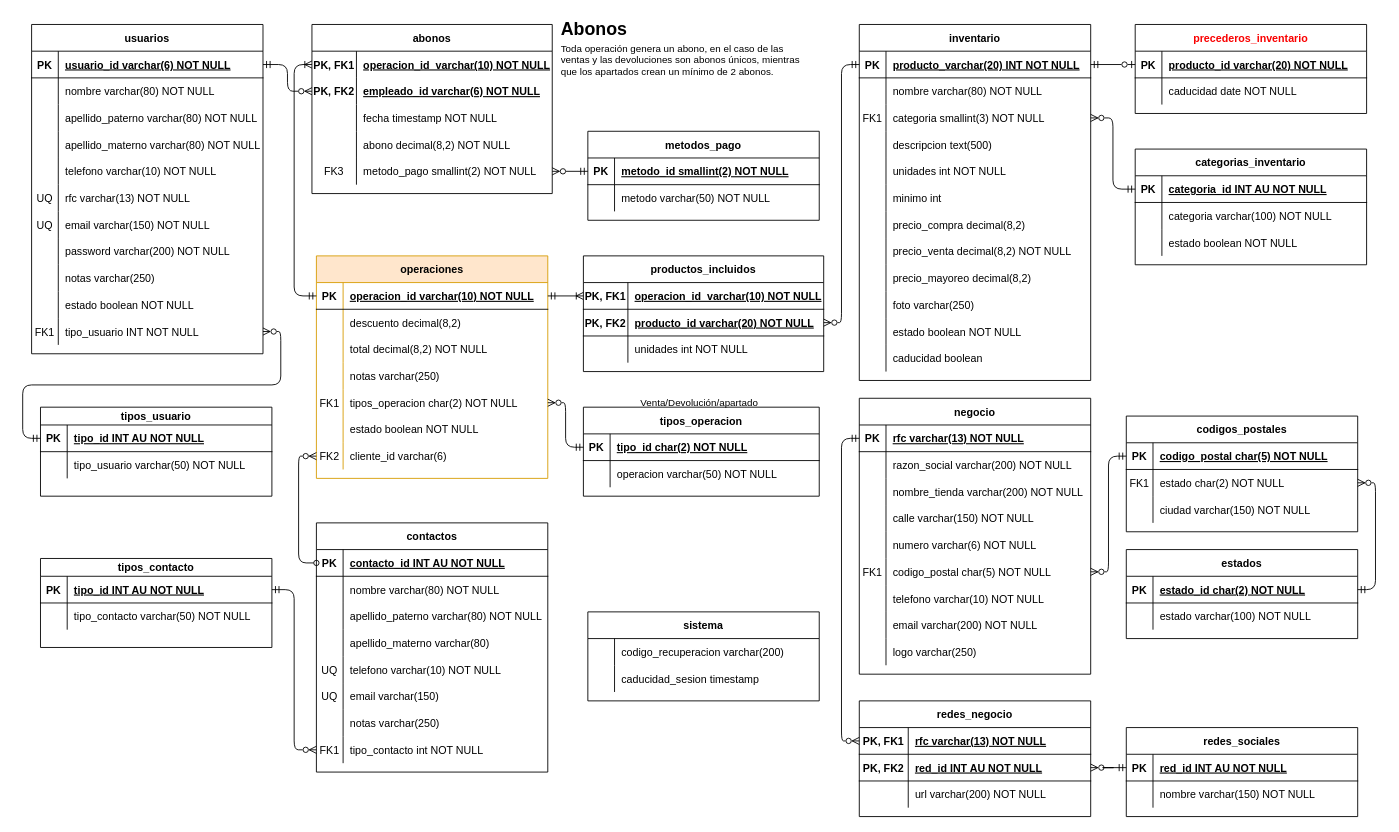
Above: base de datos/Diagrama relacional PT.drawio in KeineTM/PT-Sistema-Web-de-Control-de-Inventarios-y-Ventas (draw.io), before the change. Source tidied: cells renumbered, new cells numbered last; positions are measured from the earlier drawing's top-left corner, leaving out a move shared by most shapes. Both pictures are drawn from the tidied source at 89%, with x=0, y=0 at pixel (31, 24).
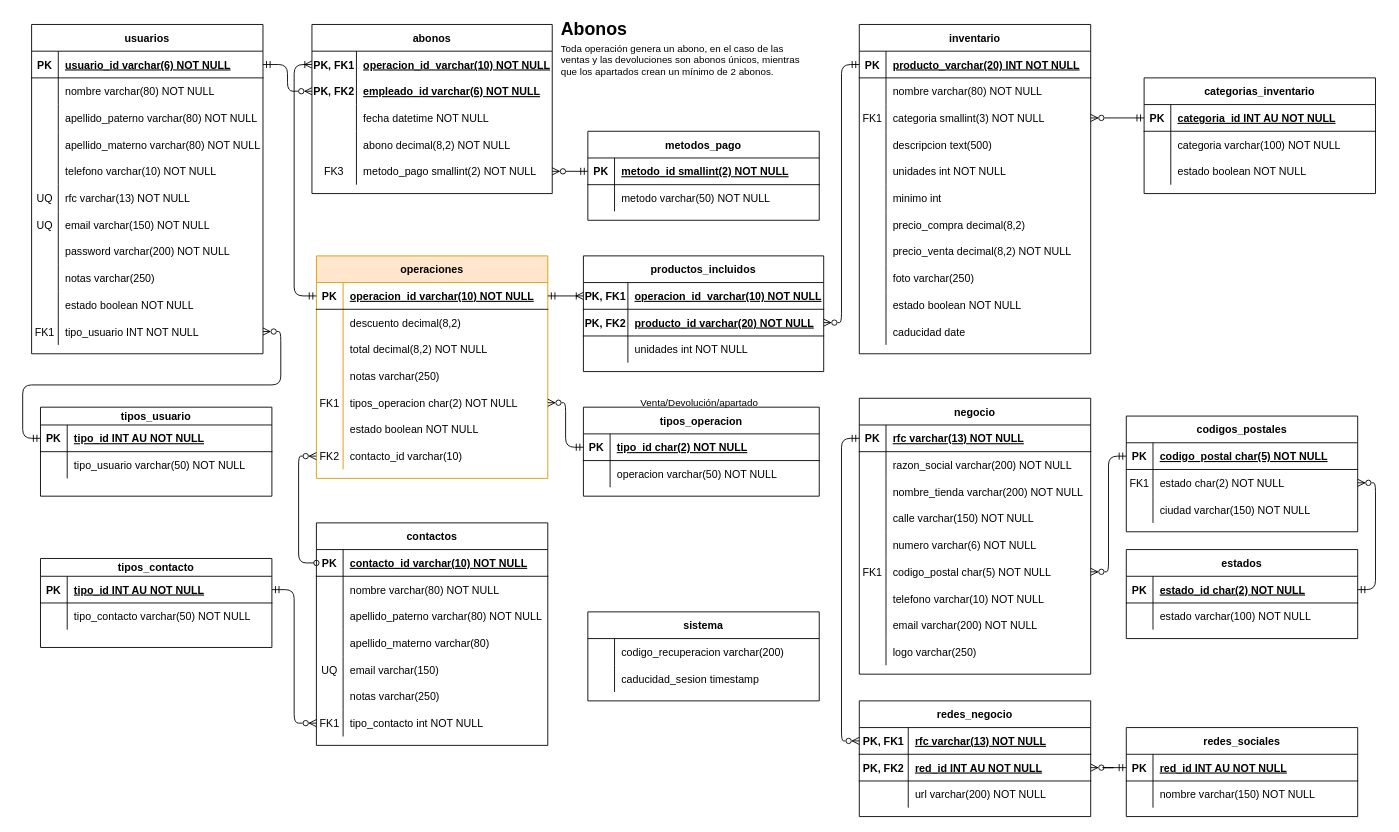
Above is the later version.

The change refers to these unchanged cells:
```xml
<mxCell id="21" style="shape=partialRectangle;fillColor=none;points=[[0,0.5],[1,0.5]];portConstraint=eastwest;top=0;left=0;right=0;bottom=0;" parent="2" vertex="1">
  <mxGeometry y="210" width="260" height="30" as="geometry" />
</mxCell>
<mxCell id="81" style="shape=partialRectangle;fillColor=none;top=0;left=0;right=0;bottom=0;" parent="74" vertex="1">
  <mxGeometry y="90" width="270" height="30" as="geometry" />
</mxCell>
<mxCell id="104" style="shape=partialRectangle;fillColor=none;points=[[0,0.5],[1,0.5]];portConstraint=eastwest;top=0;left=0;right=0;bottom=1;" parent="103" vertex="1">
  <mxGeometry y="30" width="260" height="30" as="geometry" />
</mxCell>
<mxCell id="140" style="shape=partialRectangle;fillColor=none;points=[[0,0.5],[1,0.5]];portConstraint=eastwest;top=0;left=0;right=0;bottom=1;" parent="139" vertex="1">
  <mxGeometry y="30" width="260" height="30" as="geometry" />
</mxCell>
```

Diff of the diagram source:
```diff
@@
-    <mxCell id="23" value="cliente_id varchar(6)" style="shape=partialRectangle;overflow=hidden;fillColor=none;top=0;left=0;bottom=0;right=0;align=left;spacingLeft=6;" parent="21" vertex="1">
+    <mxCell id="23" value="contacto_id varchar(10)" style="shape=partialRectangle;overflow=hidden;fillColor=none;top=0;left=0;bottom=0;right=0;align=left;spacingLeft=6;" parent="21" vertex="1">
       <mxGeometry x="30" width="230" height="30" as="geometry" />
     </mxCell>
@@
-    <mxCell id="83" value="fecha timestamp NOT NULL" style="shape=partialRectangle;overflow=hidden;fillColor=none;top=0;left=0;bottom=0;right=0;align=left;spacingLeft=6;" parent="81" vertex="1">
+    <mxCell id="83" value="fecha datetime NOT NULL" style="shape=partialRectangle;overflow=hidden;fillColor=none;top=0;left=0;bottom=0;right=0;align=left;spacingLeft=6;" parent="81" vertex="1">
       <mxGeometry x="50" width="220" height="30" as="geometry" />
     </mxCell>
@@
     <mxCell id="103" value="contactos" style="shape=table;startSize=30;childLayout=tableLayout;rowLines=0;fontStyle=1;align=center;" parent="1" vertex="1">
-      <mxGeometry x="320" y="560" width="260" height="280" as="geometry" />
+      <mxGeometry x="320" y="560" width="260" height="250" as="geometry" />
     </mxCell>
@@
-    <mxCell id="106" value="contacto_id INT AU NOT NULL " style="shape=partialRectangle;overflow=hidden;fillColor=none;top=0;left=0;bottom=0;right=0;align=left;spacingLeft=6;fontStyle=5;" parent="104" vertex="1">
+    <mxCell id="106" value="contacto_id varchar(10) NOT NULL " style="shape=partialRectangle;overflow=hidden;fillColor=none;top=0;left=0;bottom=0;right=0;align=left;spacingLeft=6;fontStyle=5;" parent="104" vertex="1">
       <mxGeometry x="30" width="230" height="30" as="geometry" />
     </mxCell>
@@
-    <mxCell id="116" style="shape=partialRectangle;fillColor=none;top=0;left=0;right=0;bottom=0;" parent="103" vertex="1">
-      <mxGeometry y="150" width="260" height="30" as="geometry" />
-    </mxCell>
-    <mxCell id="117" value="UQ" style="shape=partialRectangle;overflow=hidden;fillColor=none;top=0;left=0;bottom=0;right=0;" parent="116" vertex="1">
-      <mxGeometry width="30" height="30" as="geometry" />
-    </mxCell>
-    <mxCell id="118" value="telefono varchar(10) NOT NULL" style="shape=partialRectangle;overflow=hidden;fillColor=none;top=0;left=0;bottom=0;right=0;align=left;spacingLeft=6;" parent="116" vertex="1">
-      <mxGeometry x="30" width="230" height="30" as="geometry" />
-    </mxCell>
     <mxCell id="119" style="shape=partialRectangle;fillColor=none;top=0;left=0;right=0;bottom=0;" parent="103" vertex="1">
-      <mxGeometry y="180" width="260" height="30" as="geometry" />
+      <mxGeometry y="150" width="260" height="30" as="geometry" />
     </mxCell>
@@
     <mxCell id="122" style="shape=partialRectangle;fillColor=none;top=0;left=0;right=0;bottom=0;" parent="103" vertex="1">
-      <mxGeometry y="210" width="260" height="30" as="geometry" />
+      <mxGeometry y="180" width="260" height="30" as="geometry" />
     </mxCell>
@@
     <mxCell id="125" style="shape=partialRectangle;fillColor=none;points=[[0,0.5],[1,0.5]];portConstraint=eastwest;top=0;left=0;right=0;bottom=0;" parent="103" vertex="1">
-      <mxGeometry y="240" width="260" height="30" as="geometry" />
+      <mxGeometry y="210" width="260" height="30" as="geometry" />
     </mxCell>
@@
     <mxCell id="139" value="inventario" style="shape=table;startSize=30;childLayout=tableLayout;rowLines=0;fontStyle=1;align=center;" parent="1" vertex="1">
-      <mxGeometry x="930" width="260" height="400" as="geometry" />
+      <mxGeometry x="930" width="260" height="370" as="geometry" />
     </mxCell>
@@
-    <mxCell id="164" style="shape=partialRectangle;fillColor=none;top=0;left=0;right=0;bottom=0;fontStyle=0;" parent="139" vertex="1">
-      <mxGeometry y="270" width="260" height="30" as="geometry" />
-    </mxCell>
-    <mxCell id="165" style="shape=partialRectangle;overflow=hidden;fillColor=none;top=0;left=0;bottom=0;right=0;" parent="164" vertex="1">
-      <mxGeometry width="30" height="30" as="geometry" />
-    </mxCell>
-    <mxCell id="166" value="precio_mayoreo decimal(8,2)" style="shape=partialRectangle;overflow=hidden;fillColor=none;top=0;left=0;bottom=0;right=0;align=left;spacingLeft=6;fontStyle=0;startSize=30;" parent="164" vertex="1">
-      <mxGeometry x="30" width="230" height="30" as="geometry" />
-    </mxCell>
     <mxCell id="167" style="shape=partialRectangle;fillColor=none;top=0;left=0;right=0;bottom=0;fontStyle=0;" parent="139" vertex="1">
-      <mxGeometry y="300" width="260" height="30" as="geometry" />
+      <mxGeometry y="270" width="260" height="30" as="geometry" />
     </mxCell>
@@
     <mxCell id="170" style="shape=partialRectangle;fillColor=none;top=0;left=0;right=0;bottom=0;fontStyle=0;" parent="139" vertex="1">
-      <mxGeometry y="330" width="260" height="30" as="geometry" />
+      <mxGeometry y="300" width="260" height="30" as="geometry" />
     </mxCell>
@@
     <mxCell id="173" style="shape=partialRectangle;fillColor=none;top=0;left=0;right=0;bottom=0;fontStyle=0;" parent="139" vertex="1">
-      <mxGeometry y="360" width="260" height="30" as="geometry" />
+      <mxGeometry y="330" width="260" height="30" as="geometry" />
     </mxCell>
@@
-    <mxCell id="175" value="caducidad boolean" style="shape=partialRectangle;overflow=hidden;fillColor=none;top=0;left=0;bottom=0;right=0;align=left;spacingLeft=6;fontStyle=0;startSize=30;" parent="173" vertex="1">
+    <mxCell id="175" value="caducidad date" style="shape=partialRectangle;overflow=hidden;fillColor=none;top=0;left=0;bottom=0;right=0;align=left;spacingLeft=6;fontStyle=0;startSize=30;" parent="173" vertex="1">
       <mxGeometry x="30" width="230" height="30" as="geometry" />
     </mxCell>
@@
     <mxCell id="177" value="categorias_inventario" style="shape=table;startSize=30;childLayout=tableLayout;rowLines=0;fontStyle=1;align=center;" parent="1" vertex="1">
-      <mxGeometry x="1240" y="140" width="260" height="130" as="geometry" />
+      <mxGeometry x="1250" y="60" width="260" height="130" as="geometry" />
     </mxCell>
@@
-    <mxCell id="188" style="edgeStyle=orthogonalEdgeStyle;shape=connector;rounded=1;jettySize=auto;html=1;labelBackgroundColor=default;strokeColor=default;fontFamily=Helvetica;fontSize=11;fontColor=default;startArrow=ERzeroToOne;startFill=0;endArrow=ERmandOne;endFill=0;" parent="1" edge="1" source="190" target="140">
-      <mxGeometry relative="1" as="geometry" />
-    </mxCell>
-    <mxCell id="189" value="precederos_inventario" style="shape=table;startSize=30;childLayout=tableLayout;rowLines=0;fontStyle=1;align=center;fontColor=#fa0000;" parent="1" vertex="1">
-      <mxGeometry x="1240" width="260" height="100" as="geometry" />
-    </mxCell>
-    <mxCell id="190" style="shape=partialRectangle;fillColor=none;points=[[0,0.5],[1,0.5]];portConstraint=eastwest;top=0;left=0;right=0;bottom=1;" parent="189" vertex="1">
-      <mxGeometry y="30" width="260" height="30" as="geometry" />
-    </mxCell>
-    <mxCell id="191" value="PK" style="shape=partialRectangle;overflow=hidden;fillColor=none;top=0;left=0;bottom=0;right=0;fontStyle=1;" parent="190" vertex="1">
-      <mxGeometry width="30" height="30" as="geometry" />
-    </mxCell>
-    <mxCell id="192" value="producto_id varchar(20) NOT NULL " style="shape=partialRectangle;overflow=hidden;fillColor=none;top=0;left=0;bottom=0;right=0;align=left;spacingLeft=6;fontStyle=5;" parent="190" vertex="1">
-      <mxGeometry x="30" width="230" height="30" as="geometry" />
-    </mxCell>
-    <mxCell id="193" style="shape=partialRectangle;fillColor=none;top=0;left=0;right=0;bottom=0;fontStyle=0;" parent="189" vertex="1">
-      <mxGeometry y="60" width="260" height="30" as="geometry" />
-    </mxCell>
-    <mxCell id="194" style="shape=partialRectangle;overflow=hidden;fillColor=none;top=0;left=0;bottom=0;right=0;" parent="193" vertex="1">
-      <mxGeometry width="30" height="30" as="geometry" />
-    </mxCell>
-    <mxCell id="195" value="caducidad date NOT NULL" style="shape=partialRectangle;overflow=hidden;fillColor=none;top=0;left=0;bottom=0;right=0;align=left;spacingLeft=6;fontStyle=0;startSize=30;" parent="193" vertex="1">
-      <mxGeometry x="30" width="230" height="30" as="geometry" />
-    </mxCell>
```
